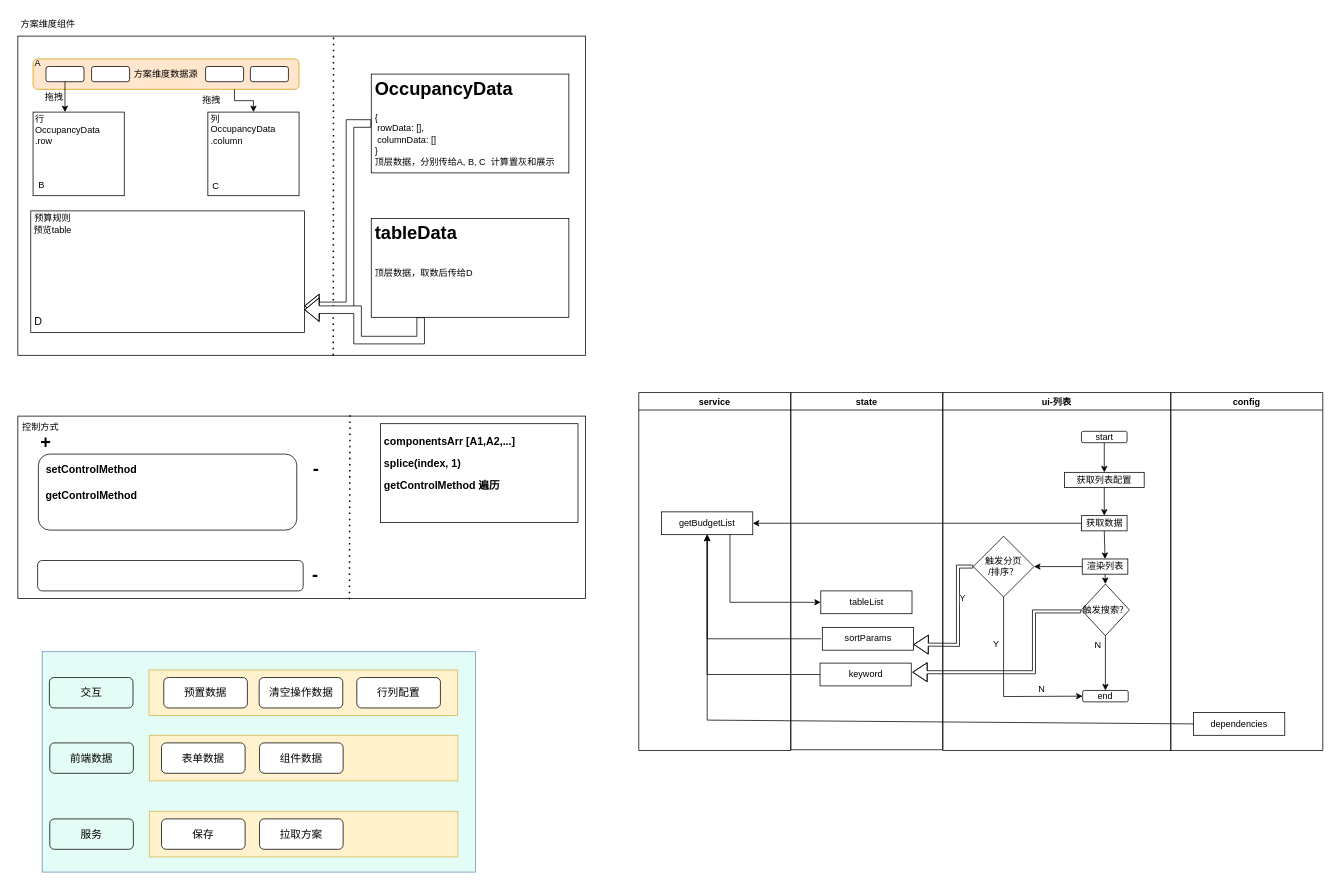
littlelady2015/yctea keeps this draw.io diagram as j/budget.drawio. Above is the earlier version. Source tidied: cells renumbered, new cells numbered last; positions are measured from the earlier drawing's top-left corner, leaving out a move shared by most shapes. Both pictures are drawn from the tidied source at 76%, with x=0, y=0 at pixel (15, 13).
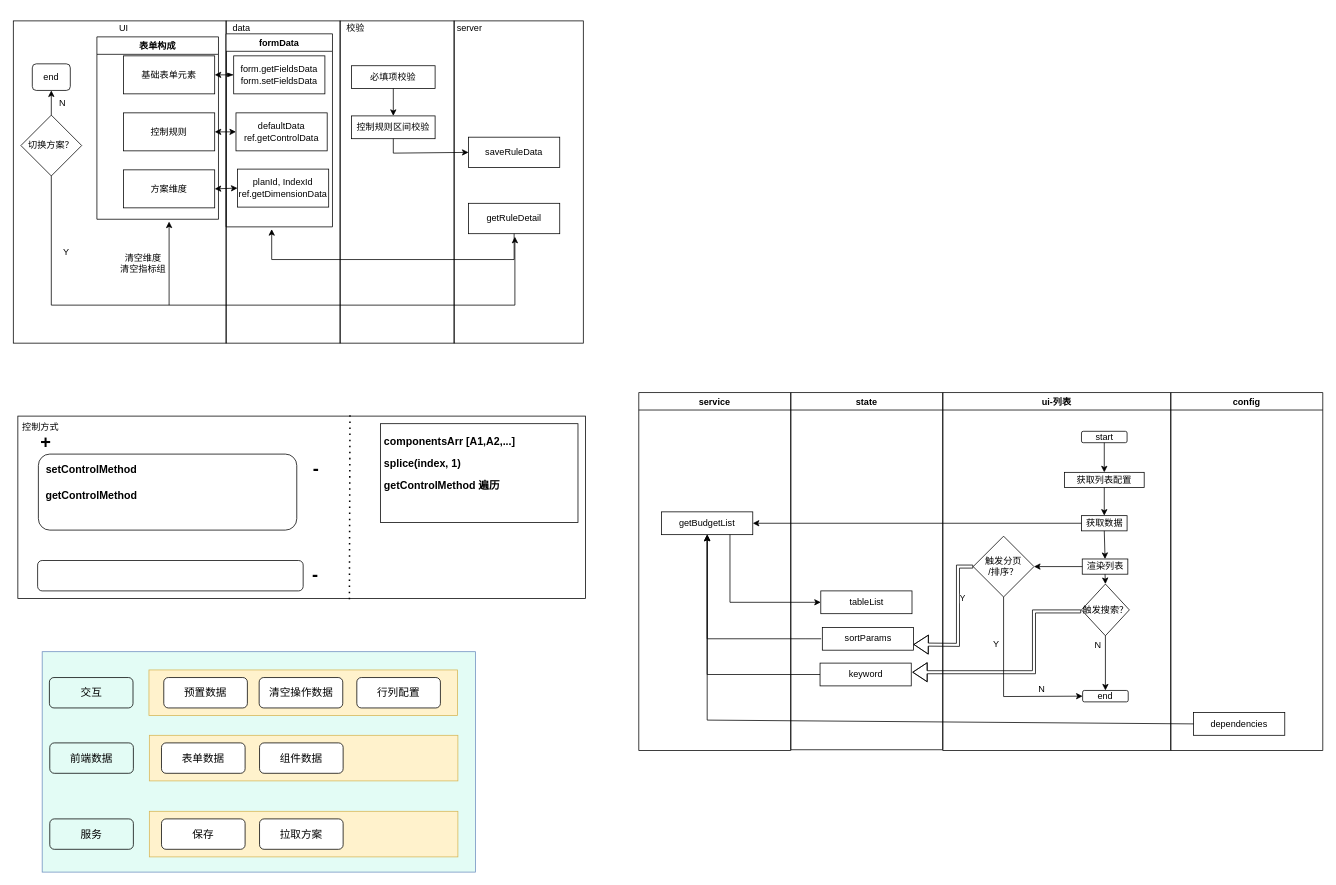
Above is the later version.

The edit, as a diff of the source:
```diff
@@
-    <mxCell id="7" value="方案维度组件" style="text;html=1;strokeColor=none;fillColor=none;align=center;verticalAlign=middle;whiteSpace=wrap;rounded=0;" parent="1" vertex="1">
-      <mxGeometry x="3" width="80" height="30" as="geometry" />
-    </mxCell>
-    <mxCell id="8" style="rounded=0;whiteSpace=wrap;html=1;fillColor=none;" parent="1" vertex="1">
-      <mxGeometry x="3" y="30" width="747" height="420" as="geometry" />
-    </mxCell>
-    <mxCell id="9" value="方案维度数据源" style="rounded=1;whiteSpace=wrap;html=1;fillColor=#ffe6cc;strokeColor=#d79b00;" parent="1" vertex="1">
-      <mxGeometry x="23" y="60" width="350" height="40" as="geometry" />
-    </mxCell>
-    <mxCell id="10" style="rounded=1;whiteSpace=wrap;html=1;" parent="1" vertex="1">
-      <mxGeometry x="40" y="70" width="50" height="20" as="geometry" />
-    </mxCell>
-    <mxCell id="11" style="rounded=1;whiteSpace=wrap;html=1;" parent="1" vertex="1">
-      <mxGeometry x="100" y="70" width="50" height="20" as="geometry" />
-    </mxCell>
-    <mxCell id="12" style="rounded=1;whiteSpace=wrap;html=1;" parent="1" vertex="1">
-      <mxGeometry x="250" y="70" width="50" height="20" as="geometry" />
-    </mxCell>
-    <mxCell id="13" style="rounded=1;whiteSpace=wrap;html=1;" parent="1" vertex="1">
-      <mxGeometry x="309" y="70" width="50" height="20" as="geometry" />
-    </mxCell>
-    <mxCell id="14" style="rounded=0;whiteSpace=wrap;html=1;" parent="1" vertex="1">
-      <mxGeometry x="23" y="130" width="120" height="110" as="geometry" />
-    </mxCell>
-    <mxCell id="15" style="rounded=0;whiteSpace=wrap;html=1;" parent="1" vertex="1">
-      <mxGeometry x="253" y="130" width="120" height="110" as="geometry" />
-    </mxCell>
-    <mxCell id="16" value="行&lt;span&gt;OccupancyData .row&lt;/span&gt;" style="text;html=1;strokeColor=none;fillColor=none;align=left;verticalAlign=middle;whiteSpace=wrap;rounded=0;" parent="1" vertex="1">
-      <mxGeometry x="24" y="139" width="33" height="30" as="geometry" />
-    </mxCell>
-    <mxCell id="17" value="&lt;font style=&quot;font-size: 12px&quot;&gt;列&lt;span&gt;OccupancyData .column&lt;/span&gt;&lt;br&gt;&lt;/font&gt;" style="text;html=1;strokeColor=none;fillColor=none;align=left;verticalAlign=middle;whiteSpace=wrap;rounded=0;" parent="1" vertex="1">
-      <mxGeometry x="255" y="138" width="33" height="30" as="geometry" />
-    </mxCell>
-    <mxCell id="18" style="endArrow=classic;html=1;rounded=0;exitX=0.5;exitY=1;exitDx=0;exitDy=0;entryX=0.35;entryY=0;entryDx=0;entryDy=0;entryPerimeter=0;" parent="1" edge="1" source="10" target="14">
-      <mxGeometry relative="1" as="geometry" />
-    </mxCell>
-    <mxCell id="19" value="拖拽" style="text;html=1;strokeColor=none;fillColor=none;align=center;verticalAlign=middle;whiteSpace=wrap;rounded=0;" parent="1" vertex="1">
-      <mxGeometry x="21" y="95" width="60" height="30" as="geometry" />
-    </mxCell>
-    <mxCell id="20" value="&lt;h1&gt;OccupancyData&amp;nbsp;&lt;/h1&gt;&lt;div&gt;{&lt;/div&gt;&lt;div&gt;&lt;span style=&quot;white-space: pre&quot;&gt; &lt;/span&gt;rowData: [],&lt;br&gt;&lt;/div&gt;&lt;div&gt;&lt;span style=&quot;white-space: pre&quot;&gt; &lt;/span&gt;columnData: []&lt;br&gt;&lt;/div&gt;&lt;div&gt;}&lt;/div&gt;&lt;div&gt;顶层数据，分别传给A, B, C&amp;nbsp; 计算置灰和展示&lt;/div&gt;" style="text;html=1;strokeColor=default;fillColor=none;spacing=5;spacingTop=-20;whiteSpace=wrap;overflow=hidden;rounded=0;" parent="1" vertex="1">
-      <mxGeometry x="468" y="80" width="260" height="130" as="geometry" />
-    </mxCell>
-    <mxCell id="21" value="A" style="text;html=1;strokeColor=none;fillColor=none;align=center;verticalAlign=middle;whiteSpace=wrap;rounded=0;" parent="1" vertex="1">
-      <mxGeometry x="24" y="61" width="11" height="10" as="geometry" />
-    </mxCell>
-    <mxCell id="22" value="B" style="text;html=1;strokeColor=none;fillColor=none;align=center;verticalAlign=middle;whiteSpace=wrap;rounded=0;" parent="1" vertex="1">
-      <mxGeometry x="29" y="222" width="11" height="10" as="geometry" />
-    </mxCell>
-    <mxCell id="23" value="C" style="text;html=1;strokeColor=none;fillColor=none;align=center;verticalAlign=middle;whiteSpace=wrap;rounded=0;" parent="1" vertex="1">
-      <mxGeometry x="258" y="223" width="11" height="10" as="geometry" />
-    </mxCell>
-    <mxCell id="24" value="拖拽" style="text;html=1;strokeColor=none;fillColor=none;align=center;verticalAlign=middle;whiteSpace=wrap;rounded=0;" parent="1" vertex="1">
-      <mxGeometry x="228" y="100" width="60" height="30" as="geometry" />
-    </mxCell>
-    <mxCell id="25" style="endArrow=classic;html=1;rounded=0;exitX=1;exitY=0;exitDx=0;exitDy=0;entryX=0.5;entryY=0;entryDx=0;entryDy=0;" parent="1" edge="1" source="24" target="15">
-      <mxGeometry relative="1" as="geometry">
-        <Array as="points">
-          <mxPoint x="288" y="115" />
-          <mxPoint x="313" y="115" />
-        </Array>
-      </mxGeometry>
-    </mxCell>
-    <mxCell id="26" style="endArrow=none;dashed=1;html=1;dashPattern=1 3;strokeWidth=2;rounded=0;fontSize=12;entryX=0.556;entryY=-0.002;entryDx=0;entryDy=0;entryPerimeter=0;" parent="1" edge="1" target="8">
-      <mxGeometry relative="1" as="geometry">
-        <mxPoint x="418" y="450" as="sourcePoint" />
-      </mxGeometry>
-    </mxCell>
-    <mxCell id="27" style="rounded=0;whiteSpace=wrap;html=1;fontSize=12;strokeColor=default;" parent="1" vertex="1">
-      <mxGeometry x="20" y="260" width="360" height="160" as="geometry" />
-    </mxCell>
-    <mxCell id="28" value="预算规则预览table" style="text;html=1;strokeColor=none;fillColor=none;align=center;verticalAlign=middle;whiteSpace=wrap;rounded=0;fontSize=12;" parent="1" vertex="1">
-      <mxGeometry x="19" y="262" width="60" height="30" as="geometry" />
-    </mxCell>
-    <mxCell id="29" style="shape=flexArrow;endArrow=classic;html=1;rounded=0;fontSize=12;exitX=0;exitY=0.5;exitDx=0;exitDy=0;" parent="1" edge="1" source="20">
-      <mxGeometry relative="1" as="geometry">
-        <mxPoint x="380" y="385" as="targetPoint" />
-        <Array as="points">
-          <mxPoint x="440" y="145" />
-          <mxPoint x="440" y="270" />
-          <mxPoint x="440" y="385" />
-        </Array>
-      </mxGeometry>
-    </mxCell>
-    <mxCell id="30" value="&lt;h1&gt;tableData&amp;nbsp;&lt;/h1&gt;&lt;div&gt;&lt;br&gt;&lt;/div&gt;&lt;div&gt;顶层数据，取数后传给D&amp;nbsp;&lt;/div&gt;" style="text;html=1;strokeColor=default;fillColor=none;spacing=5;spacingTop=-20;whiteSpace=wrap;overflow=hidden;rounded=0;" parent="1" vertex="1">
-      <mxGeometry x="468" y="270" width="260" height="130" as="geometry" />
-    </mxCell>
-    <mxCell id="31" style="shape=flexArrow;endArrow=classic;html=1;rounded=0;fontSize=12;exitX=0.25;exitY=1;exitDx=0;exitDy=0;fillColor=default;" parent="1" edge="1" source="30">
-      <mxGeometry relative="1" as="geometry">
-        <mxPoint x="380" y="390" as="targetPoint" />
-        <Array as="points">
-          <mxPoint x="533" y="430" />
-          <mxPoint x="450" y="430" />
-          <mxPoint x="450" y="390" />
-        </Array>
-      </mxGeometry>
-    </mxCell>
@@
-    <mxCell id="35" value="D" style="text;html=1;strokeColor=none;fillColor=none;align=center;verticalAlign=middle;whiteSpace=wrap;rounded=0;fontSize=14;" parent="1" vertex="1">
-      <mxGeometry x="-0.5" y="390" width="60" height="30" as="geometry" />
-    </mxCell>
@@
+    <mxCell id="95" style="rounded=0;whiteSpace=wrap;html=1;fillColor=none;" parent="1" vertex="1">
+      <mxGeometry x="-3" y="10" width="280" height="424" as="geometry" />
+    </mxCell>
+    <mxCell id="96" style="rounded=0;whiteSpace=wrap;html=1;fillColor=none;" parent="1" vertex="1">
+      <mxGeometry x="277" y="10" width="150" height="424" as="geometry" />
+    </mxCell>
+    <mxCell id="97" value="基础表单元素" style="rounded=0;whiteSpace=wrap;html=1;" parent="1" vertex="1">
+      <mxGeometry x="142" y="56" width="120" height="50" as="geometry" />
+    </mxCell>
+    <mxCell id="98" value="控制规则" style="rounded=0;whiteSpace=wrap;html=1;" parent="1" vertex="1">
+      <mxGeometry x="142" y="131" width="120" height="50" as="geometry" />
+    </mxCell>
+    <mxCell id="99" value="方案维度" style="rounded=0;whiteSpace=wrap;html=1;" parent="1" vertex="1">
+      <mxGeometry x="142" y="206" width="120" height="50" as="geometry" />
+    </mxCell>
+    <mxCell id="100" value="UI" style="text;html=1;align=center;verticalAlign=middle;strokeColor=none;fillColor=none;" parent="1" vertex="1">
+      <mxGeometry x="127" y="10" width="30" height="20" as="geometry" />
+    </mxCell>
+    <mxCell id="101" value="data" style="text;html=1;align=center;verticalAlign=middle;strokeColor=none;fillColor=none;" parent="1" vertex="1">
+      <mxGeometry x="277" y="10" width="40" height="20" as="geometry" />
+    </mxCell>
+    <mxCell id="102" style="rounded=0;whiteSpace=wrap;html=1;fillColor=none;" parent="1" vertex="1">
+      <mxGeometry x="427" y="10" width="150" height="424" as="geometry" />
+    </mxCell>
+    <mxCell id="103" value="校验" style="text;html=1;align=center;verticalAlign=middle;strokeColor=none;fillColor=none;" parent="1" vertex="1">
+      <mxGeometry x="427" y="10" width="40" height="20" as="geometry" />
+    </mxCell>
+    <mxCell id="104" value="form.getFieldsData&lt;br&gt;form.setFieldsData" style="rounded=0;whiteSpace=wrap;html=1;" parent="1" vertex="1">
+      <mxGeometry x="287" y="56" width="120" height="50" as="geometry" />
+    </mxCell>
+    <mxCell id="105" value="defaultData&lt;br&gt;ref.getControlData" style="rounded=0;whiteSpace=wrap;html=1;" parent="1" vertex="1">
+      <mxGeometry x="290" y="131" width="120" height="50" as="geometry" />
+    </mxCell>
+    <mxCell id="106" value="planId, IndexId&lt;br&gt;ref.getDimensionData" style="rounded=0;whiteSpace=wrap;html=1;" parent="1" vertex="1">
+      <mxGeometry x="292" y="205" width="120" height="50" as="geometry" />
+    </mxCell>
+    <mxCell id="107" style="endArrow=classic;html=1;rounded=0;exitX=0;exitY=0.5;exitDx=0;exitDy=0;entryX=1;entryY=0.5;entryDx=0;entryDy=0;startArrow=blockThin;startFill=1;" parent="1" edge="1" source="104" target="97">
+      <mxGeometry relative="1" as="geometry" />
+    </mxCell>
+    <mxCell id="108" style="endArrow=classic;html=1;rounded=0;exitX=0;exitY=0.5;exitDx=0;exitDy=0;entryX=1;entryY=0.5;entryDx=0;entryDy=0;startArrow=classic;startFill=1;" parent="1" edge="1" source="105" target="98">
+      <mxGeometry relative="1" as="geometry" />
+    </mxCell>
+    <mxCell id="109" style="endArrow=classic;html=1;rounded=0;exitX=0;exitY=0.5;exitDx=0;exitDy=0;entryX=1;entryY=0.5;entryDx=0;entryDy=0;startArrow=classic;startFill=1;" parent="1" edge="1" source="106" target="99">
+      <mxGeometry relative="1" as="geometry" />
+    </mxCell>
+    <mxCell id="110" value="必填项校验&lt;br&gt;" style="text;html=1;align=center;verticalAlign=middle;whiteSpace=wrap;rounded=0;fillColor=default;strokeColor=default;" parent="1" vertex="1">
+      <mxGeometry x="442" y="69" width="110" height="30" as="geometry" />
+    </mxCell>
+    <mxCell id="111" value="控制规则区间校验" style="text;html=1;align=center;verticalAlign=middle;whiteSpace=wrap;rounded=0;fillColor=default;strokeColor=default;" parent="1" vertex="1">
+      <mxGeometry x="442" y="135" width="110" height="30" as="geometry" />
+    </mxCell>
+    <mxCell id="112" style="rounded=0;whiteSpace=wrap;html=1;fillColor=none;" parent="1" vertex="1">
+      <mxGeometry x="577" y="10" width="170" height="424" as="geometry" />
+    </mxCell>
+    <mxCell id="113" value="server" style="text;html=1;align=center;verticalAlign=middle;strokeColor=none;fillColor=none;" parent="1" vertex="1">
+      <mxGeometry x="572" y="10" width="50" height="20" as="geometry" />
+    </mxCell>
+    <mxCell id="114" value="&lt;span&gt;getRuleDetail&lt;/span&gt;" style="rounded=0;whiteSpace=wrap;html=1;strokeColor=default;fillColor=default;" parent="1" vertex="1">
+      <mxGeometry x="596" y="250" width="120" height="40" as="geometry" />
+    </mxCell>
+    <mxCell id="115" style="endArrow=classic;html=1;rounded=0;exitX=0.5;exitY=1;exitDx=0;exitDy=0;entryX=0.5;entryY=0;entryDx=0;entryDy=0;" parent="1" edge="1" source="110" target="111">
+      <mxGeometry relative="1" as="geometry" />
+    </mxCell>
+    <mxCell id="116" value="&lt;span&gt;saveRuleData&lt;/span&gt;" style="rounded=0;whiteSpace=wrap;html=1;strokeColor=default;fillColor=default;" parent="1" vertex="1">
+      <mxGeometry x="596" y="163" width="120" height="40" as="geometry" />
+    </mxCell>
+    <mxCell id="117" style="endArrow=classic;html=1;rounded=0;exitX=0.5;exitY=1;exitDx=0;exitDy=0;entryX=0;entryY=0.5;entryDx=0;entryDy=0;" parent="1" edge="1" source="111" target="116">
+      <mxGeometry relative="1" as="geometry">
+        <Array as="points">
+          <mxPoint x="497" y="184" />
+        </Array>
+      </mxGeometry>
+    </mxCell>
+    <mxCell id="118" value="formData" style="swimlane;strokeColor=default;fillColor=default;" parent="1" vertex="1">
+      <mxGeometry x="277" y="27" width="140" height="254" as="geometry" />
+    </mxCell>
+    <mxCell id="119" style="endArrow=classic;html=1;rounded=0;exitX=0.5;exitY=1;exitDx=0;exitDy=0;" parent="1" edge="1" source="114">
+      <mxGeometry relative="1" as="geometry">
+        <mxPoint x="337" y="284" as="targetPoint" />
+        <Array as="points">
+          <mxPoint x="656" y="324" />
+          <mxPoint x="337" y="324" />
+        </Array>
+      </mxGeometry>
+    </mxCell>
+    <mxCell id="120" value="表单构成" style="swimlane;strokeColor=default;fillColor=default;" parent="1" vertex="1">
+      <mxGeometry x="107" y="31" width="160" height="240" as="geometry" />
+    </mxCell>
+    <mxCell id="121" value="切换方案？" style="rhombus;whiteSpace=wrap;html=1;strokeColor=default;fillColor=default;" parent="1" vertex="1">
+      <mxGeometry x="7" y="134" width="80" height="80" as="geometry" />
+    </mxCell>
+    <mxCell id="122" style="endArrow=classic;html=1;rounded=0;exitX=0.5;exitY=1;exitDx=0;exitDy=0;" parent="1" edge="1" source="121">
+      <mxGeometry relative="1" as="geometry">
+        <mxPoint x="657" y="294" as="targetPoint" />
+        <Array as="points">
+          <mxPoint x="47" y="384" />
+          <mxPoint x="657" y="384" />
+        </Array>
+      </mxGeometry>
+    </mxCell>
+    <mxCell id="123" value="Y" style="text;html=1;strokeColor=none;fillColor=none;align=center;verticalAlign=middle;whiteSpace=wrap;rounded=0;" parent="1" vertex="1">
+      <mxGeometry x="37" y="299" width="60" height="30" as="geometry" />
+    </mxCell>
+    <mxCell id="124" value="N" style="text;html=1;strokeColor=none;fillColor=none;align=center;verticalAlign=middle;whiteSpace=wrap;rounded=0;" parent="1" vertex="1">
+      <mxGeometry x="32" y="104" width="60" height="30" as="geometry" />
+    </mxCell>
+    <mxCell id="125" value="end" style="rounded=1;whiteSpace=wrap;html=1;strokeColor=default;fillColor=default;" parent="1" vertex="1">
+      <mxGeometry x="22" y="66.5" width="50" height="35" as="geometry" />
+    </mxCell>
+    <mxCell id="126" style="endArrow=classic;html=1;rounded=0;exitX=0.5;exitY=0;exitDx=0;exitDy=0;entryX=0.5;entryY=1;entryDx=0;entryDy=0;" parent="1" edge="1" source="121" target="125">
+      <mxGeometry relative="1" as="geometry" />
+    </mxCell>
+    <mxCell id="127" style="endArrow=classic;html=1;rounded=0;" parent="1" edge="1">
+      <mxGeometry relative="1" as="geometry">
+        <mxPoint x="202" y="384" as="sourcePoint" />
+        <mxPoint x="202" y="274" as="targetPoint" />
+      </mxGeometry>
+    </mxCell>
+    <mxCell id="128" value="清空维度&lt;br&gt;清空指标组" style="text;html=1;strokeColor=none;fillColor=none;align=center;verticalAlign=middle;whiteSpace=wrap;rounded=0;" parent="1" vertex="1">
+      <mxGeometry x="129" y="314" width="78" height="30" as="geometry" />
+    </mxCell>
```
